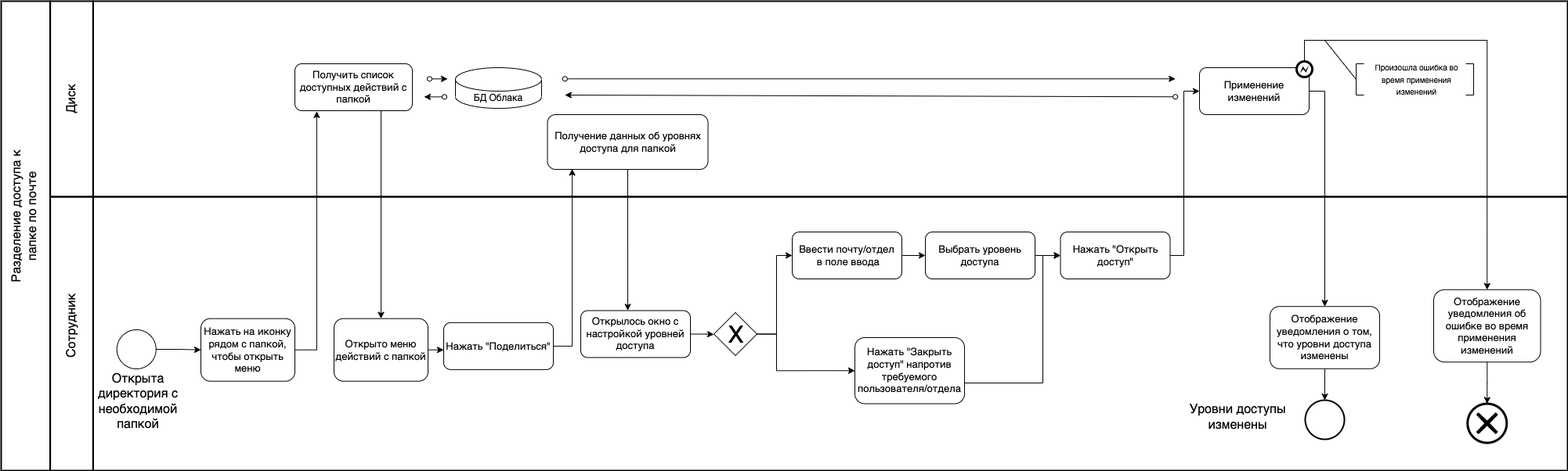
Before: docs/bpmn/UML + BPMN-7.12.2 BPMN.drawio.png, a diagram exported from draw.io (shuv8/cloudstorage). Source tidied: cells renumbered, new cells last; positions are measured from the earlier drawing's top-left corner, leaving out a move shared by most shapes. The source it was exported from:
```xml
<mxGraphModel>
  <root>
    <mxCell id="0" />
    <mxCell id="1" parent="0" />
    <mxCell id="2" style="rounded=0;whiteSpace=wrap;html=1;strokeWidth=2;fontSize=13;fillColor=none;" parent="1" vertex="1">
      <mxGeometry x="187.4" y="250" width="1882.6" height="350" as="geometry" />
    </mxCell>
    <mxCell id="3" style="rounded=0;whiteSpace=wrap;html=1;strokeWidth=2;fontSize=13;fillColor=none;" parent="1" vertex="1">
      <mxGeometry x="187.4" width="1882.6" height="250" as="geometry" />
    </mxCell>
    <mxCell id="4" style="edgeStyle=orthogonalEdgeStyle;rounded=0;jettySize=auto;html=1;entryX=0.154;entryY=0.992;entryDx=0;entryDy=0;entryPerimeter=0;" parent="1" edge="1" source="5" target="32">
      <mxGeometry relative="1" as="geometry">
        <Array as="points">
          <mxPoint x="799" y="441" />
        </Array>
      </mxGeometry>
    </mxCell>
    <mxCell id="5" value="Нажать &quot;Поделиться&quot;" style="rounded=1;whiteSpace=wrap;html=1;fontSize=13;" parent="1" vertex="1">
      <mxGeometry x="635" y="410.9" width="140" height="60" as="geometry" />
    </mxCell>
    <mxCell id="6" style="edgeStyle=orthogonalEdgeStyle;rounded=0;jettySize=auto;html=1;" parent="1" edge="1" source="7" target="30">
      <mxGeometry relative="1" as="geometry">
        <Array as="points">
          <mxPoint x="1760" y="115" />
        </Array>
      </mxGeometry>
    </mxCell>
    <mxCell id="7" value="Применение изменений" style="rounded=1;whiteSpace=wrap;html=1;fontSize=13;" parent="1" vertex="1">
      <mxGeometry x="1600" y="85" width="140" height="60" as="geometry" />
    </mxCell>
    <mxCell id="8" style="ellipse;whiteSpace=wrap;html=1;fontSize=13;strokeWidth=2;" parent="1" vertex="1">
      <mxGeometry x="1735" y="510" width="50" height="50" as="geometry" />
    </mxCell>
    <mxCell id="9" style="rounded=0;whiteSpace=wrap;html=1;strokeWidth=2;fontSize=13;fillColor=none;" parent="1" vertex="1">
      <mxGeometry x="132.6" width="54.8" height="250" as="geometry" />
    </mxCell>
    <mxCell id="10" style="rounded=0;whiteSpace=wrap;html=1;strokeWidth=2;fontSize=13;fillColor=none;" parent="1" vertex="1">
      <mxGeometry x="132.6" y="250" width="54.8" height="350" as="geometry" />
    </mxCell>
    <mxCell id="11" style="rounded=0;whiteSpace=wrap;html=1;strokeWidth=2;fontSize=13;fillColor=none;" parent="1" vertex="1">
      <mxGeometry x="70" width="62.6" height="600" as="geometry" />
    </mxCell>
    <mxCell id="12" value="&lt;font style=&quot;font-size: 16px&quot;&gt;Диск&lt;/font&gt;" style="text;html=1;strokeColor=none;fillColor=none;align=center;verticalAlign=middle;whiteSpace=wrap;rounded=0;fontSize=13;rotation=-90;" parent="1" vertex="1">
      <mxGeometry x="120" y="110" width="80" height="30" as="geometry" />
    </mxCell>
    <mxCell id="13" value="&lt;font style=&quot;font-size: 16px&quot;&gt;Сотрудник&lt;/font&gt;" style="text;html=1;strokeColor=none;fillColor=none;align=center;verticalAlign=middle;whiteSpace=wrap;rounded=0;fontSize=13;rotation=-90;" parent="1" vertex="1">
      <mxGeometry x="105" y="400" width="110" height="30" as="geometry" />
    </mxCell>
    <mxCell id="14" value="&lt;font style=&quot;font-size: 16px&quot;&gt;Разделение доступа к папке по почте&lt;br&gt;&lt;/font&gt;" style="text;html=1;strokeColor=none;fillColor=none;align=center;verticalAlign=middle;whiteSpace=wrap;rounded=0;fontSize=13;rotation=-90;" parent="1" vertex="1">
      <mxGeometry y="260" width="200" height="30" as="geometry" />
    </mxCell>
    <mxCell id="15" style="edgeStyle=orthogonalEdgeStyle;rounded=0;jettySize=auto;html=1;" parent="1" edge="1" source="16" target="28">
      <mxGeometry relative="1" as="geometry" />
    </mxCell>
    <mxCell id="16" value="Ввести почту/отдел&lt;br&gt;&amp;nbsp;в поле ввода" style="rounded=1;whiteSpace=wrap;html=1;fontSize=13;" parent="1" vertex="1">
      <mxGeometry x="1080" y="295" width="140" height="60" as="geometry" />
    </mxCell>
    <mxCell id="17" style="edgeStyle=orthogonalEdgeStyle;rounded=0;jettySize=auto;html=1;entryX=0;entryY=0.5;entryDx=0;entryDy=0;" parent="1" edge="1" source="19" target="23">
      <mxGeometry relative="1" as="geometry">
        <Array as="points">
          <mxPoint x="1060" y="425" />
          <mxPoint x="1060" y="472" />
        </Array>
      </mxGeometry>
    </mxCell>
    <mxCell id="18" style="edgeStyle=orthogonalEdgeStyle;rounded=0;jettySize=auto;html=1;entryX=0;entryY=0.5;entryDx=0;entryDy=0;" parent="1" edge="1" source="19" target="16">
      <mxGeometry relative="1" as="geometry">
        <Array as="points">
          <mxPoint x="1060" y="425" />
          <mxPoint x="1060" y="325" />
        </Array>
      </mxGeometry>
    </mxCell>
    <mxCell id="19" style="rhombus;whiteSpace=wrap;html=1;" parent="1" vertex="1">
      <mxGeometry x="980" y="398" width="55" height="55" as="geometry" />
    </mxCell>
    <mxCell id="20" style="edgeStyle=orthogonalEdgeStyle;rounded=0;jettySize=auto;html=1;" parent="1" edge="1" source="21" target="7">
      <mxGeometry relative="1" as="geometry">
        <Array as="points">
          <mxPoint x="1580" y="325" />
          <mxPoint x="1580" y="115" />
        </Array>
      </mxGeometry>
    </mxCell>
    <mxCell id="21" value="Нажать &quot;Открыть доступ&quot;" style="rounded=1;whiteSpace=wrap;html=1;fontSize=13;" parent="1" vertex="1">
      <mxGeometry x="1422.5" y="295" width="140" height="60" as="geometry" />
    </mxCell>
    <mxCell id="22" style="edgeStyle=orthogonalEdgeStyle;rounded=0;jettySize=auto;html=1;entryX=0;entryY=0.5;entryDx=0;entryDy=0;" parent="1" edge="1" source="23" target="21">
      <mxGeometry relative="1" as="geometry">
        <Array as="points">
          <mxPoint x="1400" y="488" />
          <mxPoint x="1400" y="325" />
        </Array>
      </mxGeometry>
    </mxCell>
    <mxCell id="23" value="Нажать &quot;Закрыть доступ&quot; напротив требуемого пользователя/отдела" style="rounded=1;whiteSpace=wrap;html=1;fontSize=13;" parent="1" vertex="1">
      <mxGeometry x="1160" y="430" width="140" height="84.5" as="geometry" />
    </mxCell>
    <mxCell id="24" value="&lt;font style=&quot;font-size: 30px&quot;&gt;X&lt;/font&gt;" style="text;html=1;align=center;verticalAlign=middle;" parent="1" vertex="1">
      <mxGeometry x="987.5" y="410.9" width="40" height="30" as="geometry" />
    </mxCell>
    <mxCell id="25" style="edgeStyle=orthogonalEdgeStyle;rounded=0;jettySize=auto;html=1;entryX=0.5;entryY=0;entryDx=0;entryDy=0;entryPerimeter=0;" parent="1" edge="1" source="26" target="45">
      <mxGeometry relative="1" as="geometry" />
    </mxCell>
    <mxCell id="26" value="Отображение уведомления об ошибке во время применения изменений" style="rounded=1;whiteSpace=wrap;html=1;fontSize=13;" parent="1" vertex="1">
      <mxGeometry x="1899" y="368.8" width="136.5" height="92.5" as="geometry" />
    </mxCell>
    <mxCell id="27" style="edgeStyle=orthogonalEdgeStyle;rounded=0;jettySize=auto;html=1;" parent="1" edge="1" source="28" target="21">
      <mxGeometry relative="1" as="geometry" />
    </mxCell>
    <mxCell id="28" value="Выбрать уровень доступа" style="rounded=1;whiteSpace=wrap;html=1;fontSize=13;" parent="1" vertex="1">
      <mxGeometry x="1250" y="295" width="140" height="60" as="geometry" />
    </mxCell>
    <mxCell id="29" style="edgeStyle=orthogonalEdgeStyle;rounded=0;jettySize=auto;html=1;" parent="1" edge="1" source="30" target="8">
      <mxGeometry relative="1" as="geometry" />
    </mxCell>
    <mxCell id="30" value="Отображение уведомления о том, что уровни доступа изменены" style="rounded=1;whiteSpace=wrap;html=1;fontSize=13;" parent="1" vertex="1">
      <mxGeometry x="1690" y="390.2" width="140" height="79.5" as="geometry" />
    </mxCell>
    <mxCell id="31" style="edgeStyle=orthogonalEdgeStyle;rounded=0;jettySize=auto;html=1;entryX=0.429;entryY=-0.002;entryDx=0;entryDy=0;entryPerimeter=0;" parent="1" edge="1" source="32" target="34">
      <mxGeometry relative="1" as="geometry" />
    </mxCell>
    <mxCell id="32" value="Получение данных об уровнях доступа для папкой" style="rounded=1;whiteSpace=wrap;html=1;fontSize=13;" parent="1" vertex="1">
      <mxGeometry x="767.5" y="145" width="205" height="70" as="geometry" />
    </mxCell>
    <mxCell id="33" style="edgeStyle=orthogonalEdgeStyle;rounded=0;jettySize=auto;html=1;" parent="1" edge="1" source="34">
      <mxGeometry relative="1" as="geometry">
        <mxPoint x="980" y="426" as="targetPoint" />
      </mxGeometry>
    </mxCell>
    <mxCell id="34" value="Открылось окно с настройкой уровней доступа" style="rounded=1;whiteSpace=wrap;html=1;fontSize=13;" parent="1" vertex="1">
      <mxGeometry x="810" y="395.5" width="140" height="60" as="geometry" />
    </mxCell>
    <mxCell id="35" style="group;" parent="1" vertex="1">
      <mxGeometry x="180" y="170" width="435" height="363.5" as="geometry" />
    </mxCell>
    <mxCell id="36" style="ellipse;whiteSpace=wrap;html=1;fontSize=13;" parent="35" vertex="1">
      <mxGeometry x="37.8" y="250" width="50" height="50" as="geometry" />
    </mxCell>
    <mxCell id="37" value="Нажать на иконку рядом с папкой, чтобы открыть меню" style="rounded=1;whiteSpace=wrap;html=1;fontSize=13;" parent="35" vertex="1">
      <mxGeometry x="145" y="235.7" width="120" height="80" as="geometry" />
    </mxCell>
    <mxCell id="38" style="edgeStyle=orthogonalEdgeStyle;rounded=0;jettySize=auto;html=1;" parent="35" edge="1" source="36" target="37">
      <mxGeometry relative="1" as="geometry" />
    </mxCell>
    <mxCell id="39" value="&lt;font style=&quot;font-size: 16px&quot;&gt;Открыта директория с необходимой папкой&lt;/font&gt;" style="text;html=1;strokeColor=none;fillColor=none;align=center;verticalAlign=middle;whiteSpace=wrap;rounded=0;fontSize=13;rotation=0;" parent="35" vertex="1">
      <mxGeometry y="320" width="130" height="43.5" as="geometry" />
    </mxCell>
    <mxCell id="40" value="Открыто меню действий с папкой" style="rounded=1;whiteSpace=wrap;html=1;fontSize=13;" parent="35" vertex="1">
      <mxGeometry x="315" y="235.7" width="120" height="80" as="geometry" />
    </mxCell>
    <mxCell id="41" value="Получить список доступных действий с папкой" style="rounded=1;whiteSpace=wrap;html=1;fontSize=13;" parent="1" vertex="1">
      <mxGeometry x="445" y="80" width="150" height="60" as="geometry" />
    </mxCell>
    <mxCell id="42" style="edgeStyle=orthogonalEdgeStyle;rounded=0;jettySize=auto;html=1;entryX=0.186;entryY=1.013;entryDx=0;entryDy=0;entryPerimeter=0;" parent="1" edge="1" source="37" target="41">
      <mxGeometry relative="1" as="geometry">
        <Array as="points">
          <mxPoint x="472" y="446" />
          <mxPoint x="472" y="141" />
        </Array>
      </mxGeometry>
    </mxCell>
    <mxCell id="43" style="edgeStyle=orthogonalEdgeStyle;rounded=0;jettySize=auto;html=1;entryX=0.5;entryY=0;entryDx=0;entryDy=0;exitX=0.75;exitY=1;exitDx=0;exitDy=0;" parent="1" edge="1" source="41" target="40">
      <mxGeometry relative="1" as="geometry">
        <Array as="points">
          <mxPoint x="555" y="140" />
        </Array>
      </mxGeometry>
    </mxCell>
    <mxCell id="44" style="edgeStyle=orthogonalEdgeStyle;rounded=0;jettySize=auto;html=1;entryX=0.004;entryY=0.574;entryDx=0;entryDy=0;entryPerimeter=0;" parent="1" edge="1" source="40" target="5">
      <mxGeometry relative="1" as="geometry" />
    </mxCell>
    <mxCell id="45" style="points=[[0.145,0.145,0],[0.5,0,0],[0.855,0.145,0],[1,0.5,0],[0.855,0.855,0],[0.5,1,0],[0.145,0.855,0],[0,0.5,0]];shape=mxgraph.bpmn.event;html=1;verticalLabelPosition=bottom;labelBackgroundColor=#ffffff;verticalAlign=top;align=center;perimeter=ellipsePerimeter;outlineConnect=0;outline=end;symbol=cancel;" parent="1" vertex="1">
      <mxGeometry x="1942.2" y="514.5" width="50" height="50" as="geometry" />
    </mxCell>
    <mxCell id="46" style="shape=partialRectangle;whiteSpace=wrap;html=1;bottom=1;right=1;left=1;top=0;fillColor=none;routingCenterX=-0.5;fontSize=13;rotation=90;" parent="1" vertex="1">
      <mxGeometry x="1785" y="95" width="40" height="10" as="geometry" />
    </mxCell>
    <mxCell id="47" value="&lt;font size=&quot;1&quot;&gt;Произошла ошибка во время применения изменений&lt;/font&gt;" style="text;html=1;strokeColor=none;fillColor=none;align=center;verticalAlign=middle;whiteSpace=wrap;rounded=0;fontSize=13;" parent="1" vertex="1">
      <mxGeometry x="1810" y="85" width="135" height="30" as="geometry" />
    </mxCell>
    <mxCell id="48" style="shape=partialRectangle;whiteSpace=wrap;html=1;bottom=1;right=1;left=1;top=0;fillColor=none;routingCenterX=-0.5;fontSize=13;rotation=-90;" parent="1" vertex="1">
      <mxGeometry x="1925" y="95" width="40" height="10" as="geometry" />
    </mxCell>
    <mxCell id="49" style="edgeStyle=orthogonalEdgeStyle;rounded=0;jettySize=auto;html=1;entryX=0.5;entryY=0;entryDx=0;entryDy=0;" parent="1" edge="1" source="50" target="26">
      <mxGeometry relative="1" as="geometry">
        <Array as="points">
          <mxPoint x="1734" y="50" />
          <mxPoint x="1967" y="50" />
        </Array>
      </mxGeometry>
    </mxCell>
    <mxCell id="50" style="shape=mxgraph.bpmn.shape;html=1;verticalLabelPosition=bottom;labelBackgroundColor=#ffffff;verticalAlign=top;align=center;perimeter=ellipsePerimeter;outlineConnect=0;outline=end;symbol=error;" parent="1" vertex="1">
      <mxGeometry x="1724" y="77" width="20" height="20" as="geometry" />
    </mxCell>
    <mxCell id="51" style="endArrow=none;html=1;rounded=0;exitX=0.5;exitY=1;exitDx=0;exitDy=0;" parent="1" edge="1" source="46">
      <mxGeometry relative="1" as="geometry">
        <mxPoint x="1760" y="50" as="targetPoint" />
      </mxGeometry>
    </mxCell>
    <mxCell id="52" value="БД Облака" style="shape=cylinder3;whiteSpace=wrap;html=1;boundedLbl=1;backgroundOutline=1;size=15;" parent="1" vertex="1">
      <mxGeometry x="650" y="85" width="110" height="52" as="geometry" />
    </mxCell>
    <mxCell id="53" style="endArrow=classic;html=1;rounded=0;startArrow=oval;startFill=0;exitX=0.37;exitY=0.44;exitDx=0;exitDy=0;exitPerimeter=0;" parent="1" edge="1">
      <mxGeometry relative="1" as="geometry">
        <mxPoint x="617" y="99.4" as="sourcePoint" />
        <mxPoint x="640" y="99.4" as="targetPoint" />
      </mxGeometry>
    </mxCell>
    <mxCell id="54" style="endArrow=classic;html=1;rounded=0;startArrow=oval;startFill=0;entryX=0.37;entryY=0.531;entryDx=0;entryDy=0;entryPerimeter=0;" parent="1" edge="1">
      <mxGeometry relative="1" as="geometry">
        <mxPoint x="636" y="122.3" as="sourcePoint" />
        <mxPoint x="610" y="122.3" as="targetPoint" />
      </mxGeometry>
    </mxCell>
    <mxCell id="55" style="endArrow=classic;html=1;rounded=0;startArrow=oval;startFill=0;entryX=0.32;entryY=0.48;entryDx=0;entryDy=0;entryPerimeter=0;exitX=0.734;exitY=0.489;exitDx=0;exitDy=0;exitPerimeter=0;" parent="1" edge="1" source="3" target="3">
      <mxGeometry relative="1" as="geometry" />
    </mxCell>
    <mxCell id="56" style="endArrow=classic;html=1;rounded=0;startArrow=oval;startFill=0;exitX=0.32;exitY=0.397;exitDx=0;exitDy=0;exitPerimeter=0;entryX=0.734;entryY=0.397;entryDx=0;entryDy=0;entryPerimeter=0;" parent="1" edge="1" source="3" target="3">
      <mxGeometry relative="1" as="geometry" />
    </mxCell>
    <mxCell id="57" value="&lt;font style=&quot;font-size: 16px&quot;&gt;Уровни доступы изменены&lt;/font&gt;" style="text;html=1;strokeColor=none;fillColor=none;align=center;verticalAlign=middle;whiteSpace=wrap;rounded=0;fontSize=13;rotation=0;" parent="1" vertex="1">
      <mxGeometry x="1584" y="510" width="130" height="43.5" as="geometry" />
    </mxCell>
  </root>
</mxGraphModel>
```
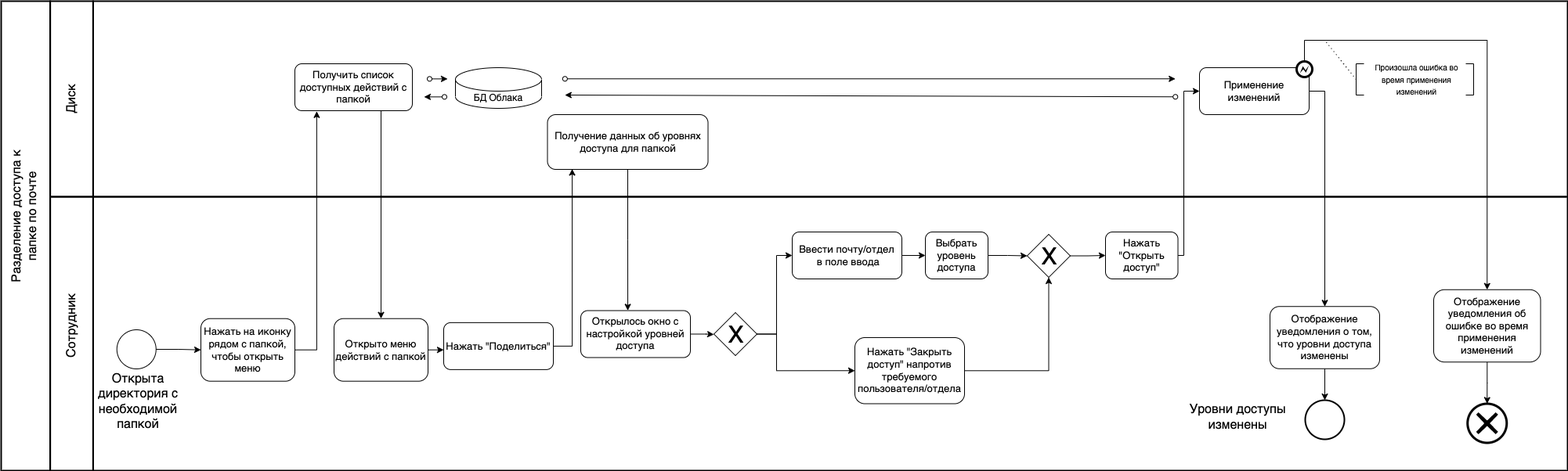
Later version of the same file.

Change to the diagram source:
```diff
@@ -83,16 +83,11 @@
       </mxGeometry>
     </mxCell>
     <mxCell id="21" value="Нажать &quot;Открыть доступ&quot;" style="rounded=1;whiteSpace=wrap;html=1;fontSize=13;" parent="1" vertex="1">
-      <mxGeometry x="1422.5" y="295" width="140" height="60" as="geometry" />
+      <mxGeometry x="1480" y="295" width="92.5" height="60" as="geometry" />
     </mxCell>
-    <mxCell id="22" style="edgeStyle=orthogonalEdgeStyle;rounded=0;jettySize=auto;html=1;entryX=0;entryY=0.5;entryDx=0;entryDy=0;" parent="1" edge="1" source="23" target="21">
-      <mxGeometry relative="1" as="geometry">
-        <Array as="points">
-          <mxPoint x="1400" y="488" />
-          <mxPoint x="1400" y="325" />
-        </Array>
-      </mxGeometry>
-    </mxCell>
+    <mxCell id="58" style="edgeStyle=orthogonalEdgeStyle;rounded=0;jettySize=auto;html=1;entryX=0.5;entryY=1;entryDx=0;entryDy=0;" parent="1" edge="1" source="23" target="61">
+      <mxGeometry relative="1" as="geometry" />
+    </mxCell>
     <mxCell id="23" value="Нажать &quot;Закрыть доступ&quot; напротив требуемого пользователя/отдела" style="rounded=1;whiteSpace=wrap;html=1;fontSize=13;" parent="1" vertex="1">
       <mxGeometry x="1160" y="430" width="140" height="84.5" as="geometry" />
     </mxCell>
@@ -105,11 +100,11 @@
     <mxCell id="26" value="Отображение уведомления об ошибке во время применения изменений" style="rounded=1;whiteSpace=wrap;html=1;fontSize=13;" parent="1" vertex="1">
       <mxGeometry x="1899" y="368.8" width="136.5" height="92.5" as="geometry" />
     </mxCell>
-    <mxCell id="27" style="edgeStyle=orthogonalEdgeStyle;rounded=0;jettySize=auto;html=1;" parent="1" edge="1" source="28" target="21">
-      <mxGeometry relative="1" as="geometry" />
-    </mxCell>
+    <mxCell id="59" style="edgeStyle=orthogonalEdgeStyle;rounded=0;jettySize=auto;html=1;entryX=0;entryY=0.5;entryDx=0;entryDy=0;" parent="1" edge="1" source="28" target="61">
+      <mxGeometry relative="1" as="geometry" />
+    </mxCell>
     <mxCell id="28" value="Выбрать уровень доступа" style="rounded=1;whiteSpace=wrap;html=1;fontSize=13;" parent="1" vertex="1">
-      <mxGeometry x="1250" y="295" width="140" height="60" as="geometry" />
+      <mxGeometry x="1250" y="295" width="80" height="60" as="geometry" />
     </mxCell>
     <mxCell id="29" style="edgeStyle=orthogonalEdgeStyle;rounded=0;jettySize=auto;html=1;" parent="1" edge="1" source="30" target="8">
       <mxGeometry relative="1" as="geometry" />
@@ -193,7 +188,7 @@
     <mxCell id="50" style="shape=mxgraph.bpmn.shape;html=1;verticalLabelPosition=bottom;labelBackgroundColor=#ffffff;verticalAlign=top;align=center;perimeter=ellipsePerimeter;outlineConnect=0;outline=end;symbol=error;" parent="1" vertex="1">
       <mxGeometry x="1724" y="77" width="20" height="20" as="geometry" />
     </mxCell>
-    <mxCell id="51" style="endArrow=none;html=1;rounded=0;exitX=0.5;exitY=1;exitDx=0;exitDy=0;" parent="1" edge="1" source="46">
+    <mxCell id="51" style="endArrow=none;html=1;rounded=0;exitX=0.5;exitY=1;exitDx=0;exitDy=0;dashed=1;dashPattern=1 4;" parent="1" edge="1" source="46">
       <mxGeometry relative="1" as="geometry">
         <mxPoint x="1760" y="50" as="targetPoint" />
       </mxGeometry>
@@ -222,5 +217,14 @@
     <mxCell id="57" value="&lt;font style=&quot;font-size: 16px&quot;&gt;Уровни доступы изменены&lt;/font&gt;" style="text;html=1;strokeColor=none;fillColor=none;align=center;verticalAlign=middle;whiteSpace=wrap;rounded=0;fontSize=13;rotation=0;" parent="1" vertex="1">
       <mxGeometry x="1584" y="510" width="130" height="43.5" as="geometry" />
     </mxCell>
+    <mxCell id="60" style="edgeStyle=orthogonalEdgeStyle;rounded=0;jettySize=auto;html=1;" parent="1" edge="1" source="61" target="21">
+      <mxGeometry relative="1" as="geometry" />
+    </mxCell>
+    <mxCell id="61" style="rhombus;whiteSpace=wrap;html=1;" parent="1" vertex="1">
+      <mxGeometry x="1380" y="298" width="55" height="55" as="geometry" />
+    </mxCell>
+    <mxCell id="62" value="&lt;font style=&quot;font-size: 30px&quot;&gt;X&lt;/font&gt;" style="text;html=1;align=center;verticalAlign=middle;" parent="1" vertex="1">
+      <mxGeometry x="1387.5" y="310.9" width="40" height="30" as="geometry" />
+    </mxCell>
   </root>
 </mxGraphModel>
```
